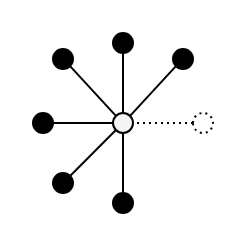
NilsSturma/TestGGM keeps this draw.io diagram as drawings/star-tree.drawio. Above is the earlier version. Source tidied: cells renumbered, new cells numbered last; positions are measured from the earlier drawing's top-left corner, leaving out a move shared by most shapes. Both pictures are drawn from the tidied source at 200%, with x=0, y=0 at pixel (32, 32).
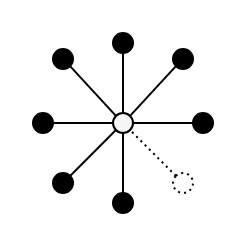
After the change.

The edit, as a diff of the source:
```diff
@@
 <mxGraphModel>
   <root>
     <mxCell id="0" />
     <mxCell id="1" parent="0" />
     <mxCell id="2" style="ellipse;whiteSpace=wrap;html=1;fillColor=#f5f5f5;fontColor=#333333;" parent="1" vertex="1">
       <mxGeometry x="40" y="40" width="10" height="10" as="geometry" />
     </mxCell>
     <mxCell id="3" style="ellipse;whiteSpace=wrap;html=1;fontColor=#333333;fillColor=#000000;" parent="1" vertex="1">
       <mxGeometry x="10" y="8" width="10" height="10" as="geometry" />
     </mxCell>
     <mxCell id="4" style="ellipse;whiteSpace=wrap;html=1;fontColor=#333333;fillColor=#000000;" parent="1" vertex="1">
       <mxGeometry x="10" y="70" width="10" height="10" as="geometry" />
     </mxCell>
     <mxCell id="5" style="ellipse;whiteSpace=wrap;html=1;fontColor=#333333;fillColor=#000000;" parent="1" vertex="1">
       <mxGeometry x="70" y="8" width="10" height="10" as="geometry" />
     </mxCell>
     <mxCell id="6" style="endArrow=none;html=1;exitX=0;exitY=0;exitDx=0;exitDy=0;entryX=1;entryY=1;entryDx=0;entryDy=0;" parent="1" edge="1" source="2" target="3">
       <mxGeometry relative="1" as="geometry" />
     </mxCell>
     <mxCell id="7" style="endArrow=none;html=1;exitX=0;exitY=1;exitDx=0;exitDy=0;entryX=1;entryY=0;entryDx=0;entryDy=0;" parent="1" edge="1" source="2" target="4">
       <mxGeometry relative="1" as="geometry" />
     </mxCell>
     <mxCell id="8" style="endArrow=none;html=1;exitX=0;exitY=1;exitDx=0;exitDy=0;entryX=1;entryY=0;entryDx=0;entryDy=0;" parent="1" edge="1" source="5" target="2">
       <mxGeometry relative="1" as="geometry" />
     </mxCell>
     <mxCell id="9" style="ellipse;whiteSpace=wrap;html=1;fontColor=#333333;fillColor=#000000;" parent="1" vertex="1">
       <mxGeometry y="40" width="10" height="10" as="geometry" />
     </mxCell>
     <mxCell id="10" style="ellipse;whiteSpace=wrap;html=1;fontColor=#333333;fillColor=#000000;" parent="1" vertex="1">
       <mxGeometry x="40" y="80" width="10" height="10" as="geometry" />
     </mxCell>
-    <mxCell id="11" style="ellipse;whiteSpace=wrap;html=1;fontColor=#333333;fillColor=none;dashed=1;dashPattern=1 2;rotation=-180;" parent="1" vertex="1">
+    <mxCell id="11" style="ellipse;whiteSpace=wrap;html=1;fontColor=#333333;rotation=-180;fillColor=#000000;" parent="1" vertex="1">
       <mxGeometry x="80" y="40" width="10" height="10" as="geometry" />
     </mxCell>
     <mxCell id="12" style="ellipse;whiteSpace=wrap;html=1;fontColor=#333333;fillColor=#000000;" parent="1" vertex="1">
       <mxGeometry x="40" width="10" height="10" as="geometry" />
     </mxCell>
-    <mxCell id="13" style="endArrow=none;html=1;entryX=1;entryY=0.5;entryDx=0;entryDy=0;dashed=1;dashPattern=1 2;exitX=1;exitY=0.5;exitDx=0;exitDy=0;" parent="1" edge="1" source="11" target="2">
+    <mxCell id="13" style="endArrow=none;html=1;entryX=1;entryY=0.5;entryDx=0;entryDy=0;exitX=1;exitY=0.5;exitDx=0;exitDy=0;" parent="1" edge="1" source="11" target="2">
       <mxGeometry relative="1" as="geometry" />
     </mxCell>
     <mxCell id="14" style="endArrow=none;html=1;exitX=0.5;exitY=0;exitDx=0;exitDy=0;entryX=0.5;entryY=1;entryDx=0;entryDy=0;" parent="1" edge="1" source="10" target="2">
       <mxGeometry relative="1" as="geometry" />
     </mxCell>
     <mxCell id="15" style="endArrow=none;html=1;exitX=1;exitY=0.5;exitDx=0;exitDy=0;entryX=0;entryY=0.5;entryDx=0;entryDy=0;" parent="1" edge="1" source="9" target="2">
       <mxGeometry relative="1" as="geometry" />
     </mxCell>
     <mxCell id="16" style="endArrow=none;html=1;exitX=0.5;exitY=1;exitDx=0;exitDy=0;entryX=0.5;entryY=0;entryDx=0;entryDy=0;" parent="1" edge="1" source="12" target="2">
       <mxGeometry relative="1" as="geometry" />
     </mxCell>
+    <mxCell id="17" style="ellipse;whiteSpace=wrap;html=1;fontColor=#333333;fillColor=none;dashed=1;dashPattern=1 2;rotation=135;direction=south;" parent="1" vertex="1">
+      <mxGeometry x="70" y="70" width="10" height="10" as="geometry" />
+    </mxCell>
+    <mxCell id="18" style="endArrow=none;html=1;exitX=1;exitY=0.5;exitDx=0;exitDy=0;entryX=1;entryY=1;entryDx=0;entryDy=0;dashed=1;dashPattern=1 2;" parent="1" edge="1" source="17" target="2">
+      <mxGeometry relative="1" as="geometry" />
+    </mxCell>
   </root>
 </mxGraphModel>
```
